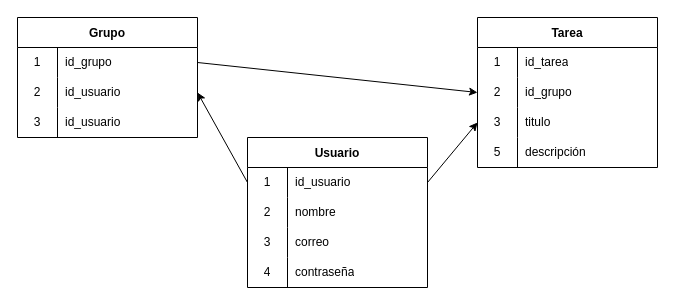
Above: public/erm.drawio in Santiago1809/Vue-and-flask-todoapp (draw.io), before the change. Source tidied: cells renumbered, new cells numbered last; positions are measured from the earlier drawing's top-left corner, leaving out a move shared by most shapes. Both pictures are drawn from the tidied source at 100%, with x=0, y=0 at pixel (17, 17).
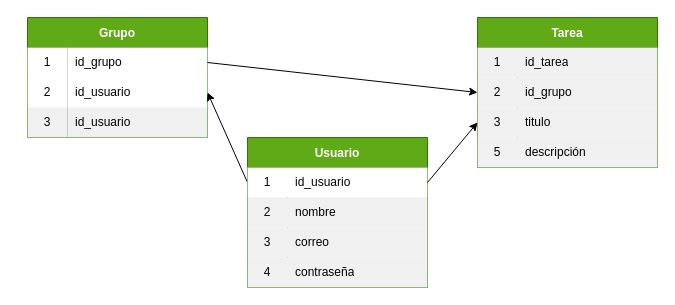
The same page after the edit.

Commit message (it also covers changes not shown here):
Actualización de diagrama relacional de base de datos

Unchanged cells that the change refers to:
```xml
<mxCell id="3" style="shape=tableRow;horizontal=0;startSize=0;swimlaneHead=0;swimlaneBody=0;top=0;left=0;bottom=0;right=0;fillColor=none;points=[[0,0.5],[1,0.5]];portConstraint=eastwest;" parent="2" vertex="1">
  <mxGeometry y="30" width="180" height="30" as="geometry" />
</mxCell>
<mxCell id="6" style="shape=tableRow;horizontal=0;startSize=0;swimlaneHead=0;swimlaneBody=0;top=0;left=0;bottom=0;right=0;fillColor=none;points=[[0,0.5],[1,0.5]];portConstraint=eastwest;" parent="2" vertex="1">
  <mxGeometry y="60" width="180" height="30" as="geometry" />
</mxCell>
```

Diff of the diagram source:
```diff
@@
-    <mxCell id="2" value="Grupo" style="shape=table;startSize=30;childLayout=tableLayout;rowLines=0;fontStyle=1;" parent="1" vertex="1">
-      <mxGeometry width="180" height="120" as="geometry" />
+    <mxCell id="2" value="Grupo" style="shape=table;startSize=30;childLayout=tableLayout;rowLines=0;fontStyle=1;fillColor=#60a917;fontColor=#ffffff;strokeColor=#2D7600;" parent="1" vertex="1">
+      <mxGeometry x="10" width="180" height="120" as="geometry" />
     </mxCell>
@@
-    <mxCell id="4" value="1" style="shape=partialRectangle;html=1;whiteSpace=wrap;fillColor=none;top=0;left=0;bottom=0;right=0;overflow=hidden;" parent="3" vertex="1">
+    <mxCell id="4" value="1" style="shape=partialRectangle;html=1;whiteSpace=wrap;fillColor=#FFFFFF;top=0;left=0;bottom=0;right=0;overflow=hidden;fontColor=#000000;" parent="3" vertex="1">
       <mxGeometry width="40" height="30" as="geometry" />
     </mxCell>
-    <mxCell id="5" value="id_grupo" style="shape=partialRectangle;html=1;whiteSpace=wrap;fillColor=none;top=0;left=0;bottom=0;right=0;align=left;spacingLeft=6;overflow=hidden;" parent="3" vertex="1">
+    <mxCell id="5" value="id_grupo" style="shape=partialRectangle;html=1;whiteSpace=wrap;fillColor=#FFFFFF;top=0;left=0;bottom=0;right=0;align=left;spacingLeft=6;overflow=hidden;fontColor=#000000;" parent="3" vertex="1">
       <mxGeometry x="40" width="140" height="30" as="geometry" />
     </mxCell>
@@
-    <mxCell id="7" value="2" style="shape=partialRectangle;html=1;whiteSpace=wrap;fillColor=none;top=0;left=0;bottom=0;right=0;overflow=hidden;" parent="6" vertex="1">
+    <mxCell id="7" value="2" style="shape=partialRectangle;html=1;whiteSpace=wrap;fillColor=#FFFFFF;top=0;left=0;bottom=0;right=0;overflow=hidden;fontColor=#000000;" parent="6" vertex="1">
       <mxGeometry width="40" height="30" as="geometry" />
     </mxCell>
-    <mxCell id="8" value="id_usuario" style="shape=partialRectangle;html=1;whiteSpace=wrap;fillColor=none;top=0;left=0;bottom=0;right=0;align=left;spacingLeft=6;overflow=hidden;" parent="6" vertex="1">
+    <mxCell id="8" value="id_usuario" style="shape=partialRectangle;html=1;whiteSpace=wrap;fillColor=#FFFFFF;top=0;left=0;bottom=0;right=0;align=left;spacingLeft=6;overflow=hidden;strokeColor=#FFFFFF;fontColor=#000000;" parent="6" vertex="1">
       <mxGeometry x="40" width="140" height="30" as="geometry" />
     </mxCell>
-    <mxCell id="9" style="shape=tableRow;horizontal=0;startSize=0;swimlaneHead=0;swimlaneBody=0;top=0;left=0;bottom=0;right=0;fillColor=none;" parent="2" vertex="1">
+    <mxCell id="9" style="shape=tableRow;horizontal=0;startSize=0;swimlaneHead=0;swimlaneBody=0;top=0;left=0;bottom=0;right=0;fillColor=none;fontColor=#000;" parent="2" vertex="1">
       <mxGeometry y="90" width="180" height="30" as="geometry" />
     </mxCell>
-    <mxCell id="10" value="3" style="shape=partialRectangle;html=1;whiteSpace=wrap;fillColor=none;top=0;left=0;bottom=0;right=0;overflow=hidden;" parent="9" vertex="1">
+    <mxCell id="10" value="3" style="shape=partialRectangle;html=1;whiteSpace=wrap;fillColor=#F0F0F0;top=0;left=0;bottom=0;right=0;overflow=hidden;fontColor=#000000;strokeColor=#F0F0F0;" parent="9" vertex="1">
       <mxGeometry width="40" height="30" as="geometry" />
     </mxCell>
-    <mxCell id="11" value="id_usuario" style="shape=partialRectangle;html=1;whiteSpace=wrap;fillColor=none;top=0;left=0;bottom=0;right=0;align=left;spacingLeft=6;overflow=hidden;" parent="9" vertex="1">
+    <mxCell id="11" value="id_usuario" style="shape=partialRectangle;html=1;whiteSpace=wrap;fillColor=#F0F0F0;top=0;left=0;bottom=0;right=0;align=left;spacingLeft=6;overflow=hidden;fontColor=#000000;" parent="9" vertex="1">
       <mxGeometry x="40" width="140" height="30" as="geometry" />
     </mxCell>
@@
-    <mxCell id="13" value="Usuario" style="shape=table;startSize=30;childLayout=tableLayout;rowLines=0;fontStyle=1;" parent="1" vertex="1">
+    <mxCell id="13" value="Usuario" style="shape=table;startSize=30;childLayout=tableLayout;rowLines=0;fontStyle=1;fillColor=#60a917;fontColor=#ffffff;strokeColor=#2D7600;" parent="1" vertex="1">
       <mxGeometry x="230" y="120" width="180" height="150" as="geometry" />
     </mxCell>
-    <mxCell id="14" style="shape=tableRow;horizontal=0;startSize=0;swimlaneHead=0;swimlaneBody=0;top=0;left=0;bottom=0;right=0;fillColor=none;points=[[0,0.5],[1,0.5]];portConstraint=eastwest;" parent="13" vertex="1">
+    <mxCell id="14" style="shape=tableRow;horizontal=0;startSize=0;swimlaneHead=0;swimlaneBody=0;top=0;left=0;bottom=0;right=0;fillColor=#FFFFFF;points=[[0,0.5],[1,0.5]];portConstraint=eastwest;fontColor=#000000;" parent="13" vertex="1">
       <mxGeometry y="30" width="180" height="30" as="geometry" />
     </mxCell>
-    <mxCell id="15" value="1" style="shape=partialRectangle;html=1;whiteSpace=wrap;fillColor=none;top=0;left=0;bottom=0;right=0;overflow=hidden;" parent="14" vertex="1">
+    <mxCell id="15" value="1" style="shape=partialRectangle;html=1;whiteSpace=wrap;fillColor=none;top=0;left=0;bottom=0;right=0;overflow=hidden;fontColor=#000000;" parent="14" vertex="1">
       <mxGeometry width="40" height="30" as="geometry" />
     </mxCell>
-    <mxCell id="16" value="id_usuario" style="shape=partialRectangle;html=1;whiteSpace=wrap;fillColor=none;top=0;left=0;bottom=0;right=0;align=left;spacingLeft=6;overflow=hidden;" parent="14" vertex="1">
+    <mxCell id="16" value="id_usuario" style="shape=partialRectangle;html=1;whiteSpace=wrap;fillColor=none;top=0;left=0;bottom=0;right=0;align=left;spacingLeft=6;overflow=hidden;fontColor=#000000;" parent="14" vertex="1">
       <mxGeometry x="40" width="140" height="30" as="geometry" />
     </mxCell>
-    <mxCell id="17" style="shape=tableRow;horizontal=0;startSize=0;swimlaneHead=0;swimlaneBody=0;top=0;left=0;bottom=0;right=0;fillColor=none;" parent="13" vertex="1">
+    <mxCell id="17" style="shape=tableRow;horizontal=0;startSize=0;swimlaneHead=0;swimlaneBody=0;top=0;left=0;bottom=0;right=0;fillColor=#F0F0F0;" parent="13" vertex="1">
       <mxGeometry y="60" width="180" height="30" as="geometry" />
     </mxCell>
-    <mxCell id="18" value="2" style="shape=partialRectangle;html=1;whiteSpace=wrap;fillColor=none;top=0;left=0;bottom=0;right=0;overflow=hidden;" parent="17" vertex="1">
+    <mxCell id="18" value="2" style="shape=partialRectangle;html=1;whiteSpace=wrap;fillColor=none;top=0;left=0;bottom=0;right=0;overflow=hidden;fontColor=#000000;" parent="17" vertex="1">
       <mxGeometry width="40" height="30" as="geometry" />
     </mxCell>
-    <mxCell id="19" value="nombre" style="shape=partialRectangle;html=1;whiteSpace=wrap;fillColor=none;top=0;left=0;bottom=0;right=0;align=left;spacingLeft=6;overflow=hidden;" parent="17" vertex="1">
+    <mxCell id="19" value="nombre" style="shape=partialRectangle;html=1;whiteSpace=wrap;fillColor=none;top=0;left=0;bottom=0;right=0;align=left;spacingLeft=6;overflow=hidden;fontColor=#000000;" parent="17" vertex="1">
       <mxGeometry x="40" width="140" height="30" as="geometry" />
     </mxCell>
-    <mxCell id="20" style="shape=tableRow;horizontal=0;startSize=0;swimlaneHead=0;swimlaneBody=0;top=0;left=0;bottom=0;right=0;fillColor=none;" parent="13" vertex="1">
+    <mxCell id="20" style="shape=tableRow;horizontal=0;startSize=0;swimlaneHead=0;swimlaneBody=0;top=0;left=0;bottom=0;right=0;fillColor=#F0F0F0;" parent="13" vertex="1">
       <mxGeometry y="90" width="180" height="30" as="geometry" />
     </mxCell>
-    <mxCell id="21" value="3" style="shape=partialRectangle;html=1;whiteSpace=wrap;fillColor=none;top=0;left=0;bottom=0;right=0;overflow=hidden;" parent="20" vertex="1">
+    <mxCell id="21" value="3" style="shape=partialRectangle;html=1;whiteSpace=wrap;fillColor=none;top=0;left=0;bottom=0;right=0;overflow=hidden;fontColor=#000000;" parent="20" vertex="1">
       <mxGeometry width="40" height="30" as="geometry" />
     </mxCell>
-    <mxCell id="22" value="correo" style="shape=partialRectangle;html=1;whiteSpace=wrap;fillColor=none;top=0;left=0;bottom=0;right=0;align=left;spacingLeft=6;overflow=hidden;" parent="20" vertex="1">
+    <mxCell id="22" value="correo" style="shape=partialRectangle;html=1;whiteSpace=wrap;fillColor=none;top=0;left=0;bottom=0;right=0;align=left;spacingLeft=6;overflow=hidden;fontColor=#000000;" parent="20" vertex="1">
       <mxGeometry x="40" width="140" height="30" as="geometry" />
     </mxCell>
-    <mxCell id="23" style="shape=tableRow;horizontal=0;startSize=0;swimlaneHead=0;swimlaneBody=0;top=0;left=0;bottom=0;right=0;fillColor=none;" parent="13" vertex="1">
+    <mxCell id="23" style="shape=tableRow;horizontal=0;startSize=0;swimlaneHead=0;swimlaneBody=0;top=0;left=0;bottom=0;right=0;fillColor=#F0F0F0;" parent="13" vertex="1">
       <mxGeometry y="120" width="180" height="30" as="geometry" />
     </mxCell>
-    <mxCell id="24" value="4" style="shape=partialRectangle;html=1;whiteSpace=wrap;fillColor=none;top=0;left=0;bottom=0;right=0;overflow=hidden;" parent="23" vertex="1">
+    <mxCell id="24" value="4" style="shape=partialRectangle;html=1;whiteSpace=wrap;fillColor=none;top=0;left=0;bottom=0;right=0;overflow=hidden;fontColor=#000000;" parent="23" vertex="1">
       <mxGeometry width="40" height="30" as="geometry" />
     </mxCell>
-    <mxCell id="25" value="contraseña" style="shape=partialRectangle;html=1;whiteSpace=wrap;fillColor=none;top=0;left=0;bottom=0;right=0;align=left;spacingLeft=6;overflow=hidden;" parent="23" vertex="1">
+    <mxCell id="25" value="contraseña" style="shape=partialRectangle;html=1;whiteSpace=wrap;fillColor=none;top=0;left=0;bottom=0;right=0;align=left;spacingLeft=6;overflow=hidden;fontColor=#000000;" parent="23" vertex="1">
       <mxGeometry x="40" width="140" height="30" as="geometry" />
     </mxCell>
-    <mxCell id="26" value="Tarea" style="shape=table;startSize=30;childLayout=tableLayout;rowLines=0;fontStyle=1;" parent="1" vertex="1">
+    <mxCell id="26" value="Tarea" style="shape=table;startSize=30;childLayout=tableLayout;rowLines=0;fontStyle=1;fillColor=#60a917;fontColor=#ffffff;strokeColor=#2D7600;" parent="1" vertex="1">
       <mxGeometry x="460" width="180" height="150" as="geometry" />
     </mxCell>
-    <mxCell id="27" style="shape=tableRow;horizontal=0;startSize=0;swimlaneHead=0;swimlaneBody=0;top=0;left=0;bottom=0;right=0;fillColor=none;" parent="26" vertex="1">
+    <mxCell id="27" style="shape=tableRow;horizontal=0;startSize=0;swimlaneHead=0;swimlaneBody=0;top=0;left=0;bottom=0;right=0;fillColor=#F0F0F0;fontColor=#000000;" parent="26" vertex="1">
       <mxGeometry y="30" width="180" height="30" as="geometry" />
     </mxCell>
-    <mxCell id="28" value="1" style="shape=partialRectangle;html=1;whiteSpace=wrap;fillColor=none;top=0;left=0;bottom=0;right=0;overflow=hidden;" parent="27" vertex="1">
+    <mxCell id="28" value="1" style="shape=partialRectangle;html=1;whiteSpace=wrap;fillColor=none;top=0;left=0;bottom=0;right=0;overflow=hidden;fontColor=#000000;" parent="27" vertex="1">
       <mxGeometry width="40" height="30" as="geometry" />
     </mxCell>
-    <mxCell id="29" value="id_tarea" style="shape=partialRectangle;html=1;whiteSpace=wrap;fillColor=none;top=0;left=0;bottom=0;right=0;align=left;spacingLeft=6;overflow=hidden;" parent="27" vertex="1">
+    <mxCell id="29" value="id_tarea" style="shape=partialRectangle;html=1;whiteSpace=wrap;fillColor=none;top=0;left=0;bottom=0;right=0;align=left;spacingLeft=6;overflow=hidden;fontColor=#000000;" parent="27" vertex="1">
       <mxGeometry x="40" width="140" height="30" as="geometry" />
     </mxCell>
-    <mxCell id="30" style="shape=tableRow;horizontal=0;startSize=0;swimlaneHead=0;swimlaneBody=0;top=0;left=0;bottom=0;right=0;fillColor=none;points=[[0,0.5],[1,0.5]];portConstraint=eastwest;" parent="26" vertex="1">
+    <mxCell id="30" style="shape=tableRow;horizontal=0;startSize=0;swimlaneHead=0;swimlaneBody=0;top=0;left=0;bottom=0;right=0;fillColor=#F0F0F0;points=[[0,0.5],[1,0.5]];portConstraint=eastwest;" parent="26" vertex="1">
       <mxGeometry y="60" width="180" height="30" as="geometry" />
     </mxCell>
-    <mxCell id="31" value="2" style="shape=partialRectangle;html=1;whiteSpace=wrap;fillColor=none;top=0;left=0;bottom=0;right=0;overflow=hidden;" parent="30" vertex="1">
+    <mxCell id="31" value="2" style="shape=partialRectangle;html=1;whiteSpace=wrap;fillColor=none;top=0;left=0;bottom=0;right=0;overflow=hidden;fontColor=#000000;" parent="30" vertex="1">
       <mxGeometry width="40" height="30" as="geometry" />
     </mxCell>
-    <mxCell id="32" value="id_grupo" style="shape=partialRectangle;html=1;whiteSpace=wrap;fillColor=none;top=0;left=0;bottom=0;right=0;align=left;spacingLeft=6;overflow=hidden;" parent="30" vertex="1">
+    <mxCell id="32" value="id_grupo" style="shape=partialRectangle;html=1;whiteSpace=wrap;fillColor=none;top=0;left=0;bottom=0;right=0;align=left;spacingLeft=6;overflow=hidden;fontColor=#000000;" parent="30" vertex="1">
       <mxGeometry x="40" width="140" height="30" as="geometry" />
     </mxCell>
-    <mxCell id="33" style="shape=tableRow;horizontal=0;startSize=0;swimlaneHead=0;swimlaneBody=0;top=0;left=0;bottom=0;right=0;fillColor=none;" parent="26" vertex="1">
+    <mxCell id="33" style="shape=tableRow;horizontal=0;startSize=0;swimlaneHead=0;swimlaneBody=0;top=0;left=0;bottom=0;right=0;fillColor=#F0F0F0;" parent="26" vertex="1">
       <mxGeometry y="90" width="180" height="30" as="geometry" />
     </mxCell>
-    <mxCell id="34" value="3" style="shape=partialRectangle;html=1;whiteSpace=wrap;fillColor=none;top=0;left=0;bottom=0;right=0;overflow=hidden;" parent="33" vertex="1">
+    <mxCell id="34" value="3" style="shape=partialRectangle;html=1;whiteSpace=wrap;fillColor=none;top=0;left=0;bottom=0;right=0;overflow=hidden;fontColor=#000000;" parent="33" vertex="1">
       <mxGeometry width="40" height="30" as="geometry" />
     </mxCell>
-    <mxCell id="35" value="titulo" style="shape=partialRectangle;html=1;whiteSpace=wrap;fillColor=none;top=0;left=0;bottom=0;right=0;align=left;spacingLeft=6;overflow=hidden;" parent="33" vertex="1">
+    <mxCell id="35" value="titulo" style="shape=partialRectangle;html=1;whiteSpace=wrap;fillColor=none;top=0;left=0;bottom=0;right=0;align=left;spacingLeft=6;overflow=hidden;fontColor=#000000;" parent="33" vertex="1">
       <mxGeometry x="40" width="140" height="30" as="geometry" />
     </mxCell>
-    <mxCell id="36" style="shape=tableRow;horizontal=0;startSize=0;swimlaneHead=0;swimlaneBody=0;top=0;left=0;bottom=0;right=0;fillColor=none;" parent="26" vertex="1">
+    <mxCell id="36" style="shape=tableRow;horizontal=0;startSize=0;swimlaneHead=0;swimlaneBody=0;top=0;left=0;bottom=0;right=0;fillColor=#F0F0F0;" parent="26" vertex="1">
       <mxGeometry y="120" width="180" height="30" as="geometry" />
     </mxCell>
-    <mxCell id="37" value="5" style="shape=partialRectangle;html=1;whiteSpace=wrap;fillColor=none;top=0;left=0;bottom=0;right=0;overflow=hidden;" parent="36" vertex="1">
+    <mxCell id="37" value="5" style="shape=partialRectangle;html=1;whiteSpace=wrap;fillColor=none;top=0;left=0;bottom=0;right=0;overflow=hidden;fontColor=#000000;" parent="36" vertex="1">
       <mxGeometry width="40" height="30" as="geometry" />
     </mxCell>
-    <mxCell id="38" value="descripción" style="shape=partialRectangle;html=1;whiteSpace=wrap;fillColor=none;top=0;left=0;bottom=0;right=0;align=left;spacingLeft=6;overflow=hidden;" parent="36" vertex="1">
+    <mxCell id="38" value="descripción" style="shape=partialRectangle;html=1;whiteSpace=wrap;fillColor=none;top=0;left=0;bottom=0;right=0;align=left;spacingLeft=6;overflow=hidden;fontColor=#000000;" parent="36" vertex="1">
       <mxGeometry x="40" width="140" height="30" as="geometry" />
     </mxCell>
```
